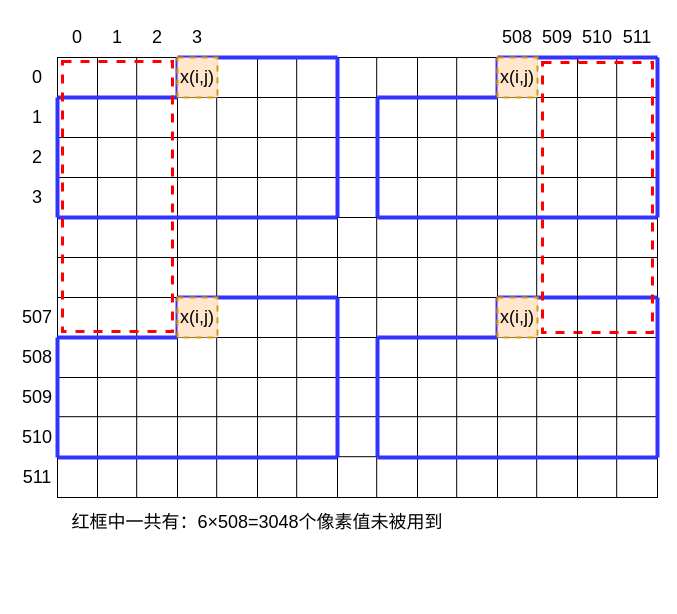
Above: 4.Proposed Predictor/1.Edge_data.drawio in hdhzhd/draw-diagrams (draw.io), before the change. Source tidied: cells renumbered, new cells numbered last; positions are measured from the earlier drawing's top-left corner, leaving out a move shared by most shapes. Both pictures are drawn from the tidied source at 100%, with x=0, y=0 at pixel (17, 17).
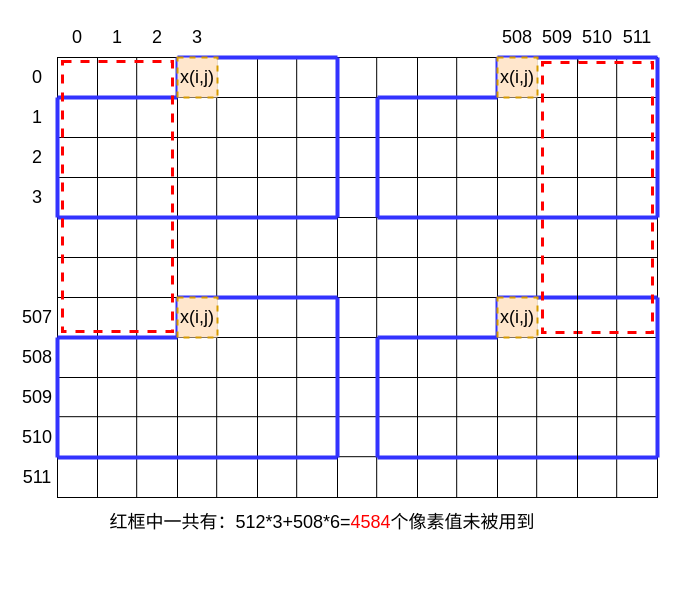
The same page after the edit.

Unchanged cells that the change refers to:
```xml
<mxCell id="19" style="group;" parent="1" vertex="1">
  <mxGeometry x="40" y="40" width="600" height="540" as="geometry" />
</mxCell>
```

The edit, as a diff of the source:
```diff
@@
-    <mxCell id="56" value="红框中一共有：6×508=3048个像素值未被用到" style="text;html=1;strokeColor=none;fillColor=none;align=center;verticalAlign=middle;whiteSpace=wrap;rounded=0;dashed=1;fontSize=18;" parent="19" vertex="1">
-      <mxGeometry y="450" width="400" height="30" as="geometry" />
+    <mxCell id="56" value="红框中一共有：512*3+508*6=&lt;font color=&quot;#ff0000&quot;&gt;4584&lt;/font&gt;个像素值未被用到" style="text;html=1;strokeColor=none;fillColor=none;align=center;verticalAlign=middle;whiteSpace=wrap;rounded=0;dashed=1;fontSize=18;" parent="19" vertex="1">
+      <mxGeometry y="450" width="530" height="30" as="geometry" />
     </mxCell>
```
